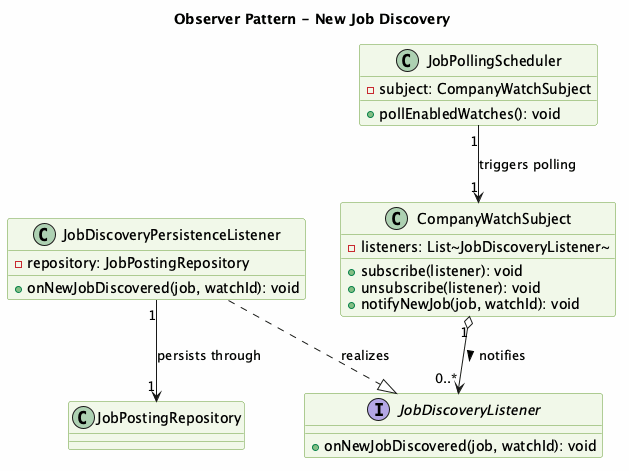
This is docs/diagrams/png/NextOffer_Observer_Pattern_Detail.png from Anmol-tech/NextOffer, a PlantUML export, as it was before one commit.
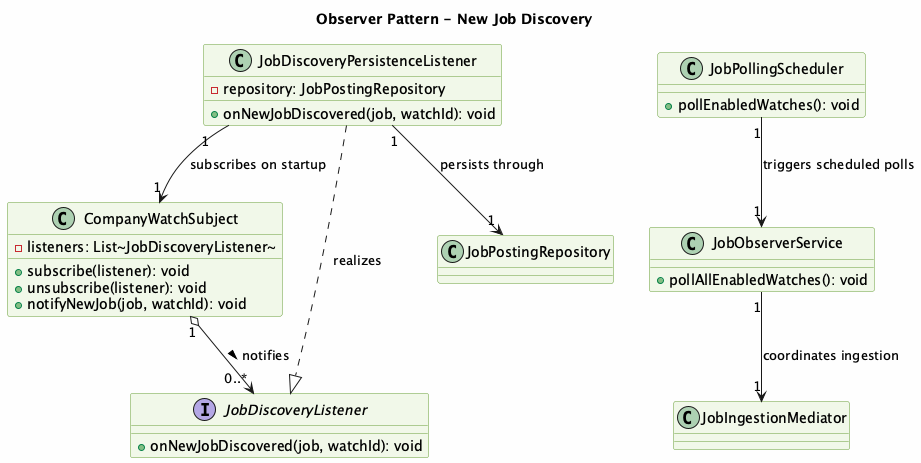
Above is the later version.

What changed in the source:
```diff
@@ -22,13 +22,18 @@
 }
 
 class JobPollingScheduler {
-  -subject: CompanyWatchSubject
   +pollEnabledWatches(): void
+}
+
+class JobObserverService {
+  +pollAllEnabledWatches(): void
 }
 
 JobDiscoveryPersistenceListener ..|> JobDiscoveryListener : realizes
 CompanyWatchSubject "1" o--> "0..*" JobDiscoveryListener : notifies >
 JobDiscoveryPersistenceListener "1" --> "1" JobPostingRepository : persists through
-JobPollingScheduler "1" --> "1" CompanyWatchSubject : triggers polling
+JobPollingScheduler "1" --> "1" JobObserverService : triggers scheduled polls
+JobObserverService "1" --> "1" JobIngestionMediator : coordinates ingestion
+JobDiscoveryPersistenceListener "1" --> "1" CompanyWatchSubject : subscribes on startup
 
 @enduml
```
